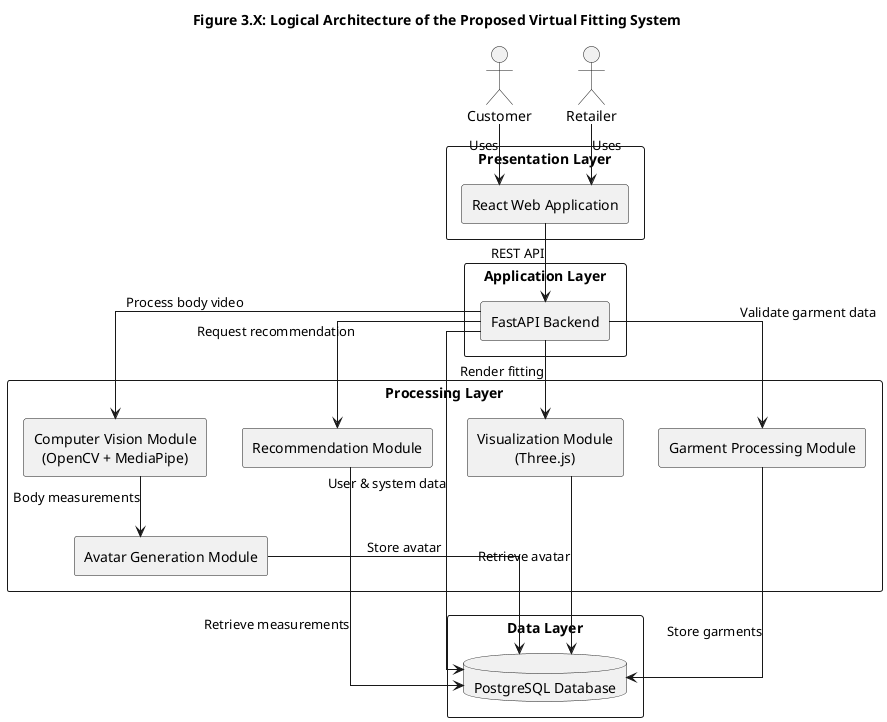
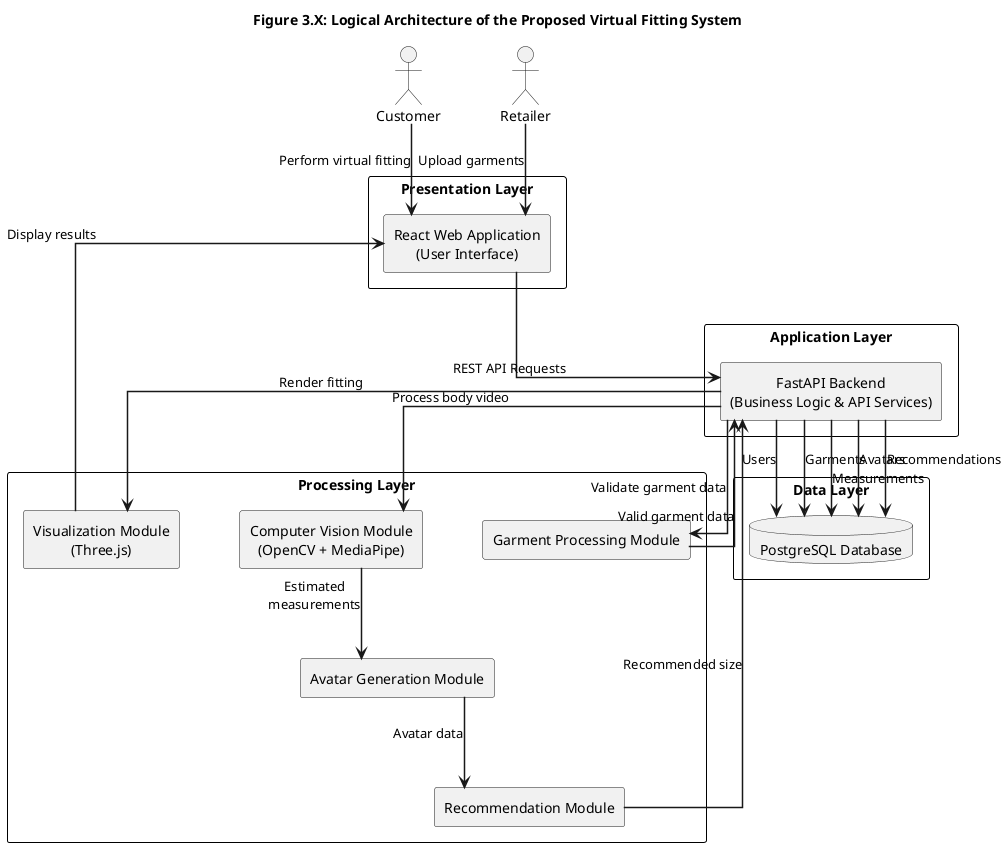
@startuml Logical_Architecture
title Figure 3.X: Logical Architecture of the Proposed Virtual Fitting System

top to bottom direction

skinparam componentStyle rectangle
+ skinparam packageStyle rectangle
skinparam shadowing false
- skinparam packageStyle rectangle
skinparam linetype ortho
skinparam defaultTextAlignment center
+ skinparam ArrowThickness 1.5
+ skinparam packageBorderColor Black
+ skinparam packageBackgroundColor White
+ 
+ ' Improve spacing
+ skinparam nodesep 60
+ skinparam ranksep 90

actor Customer
actor Retailer

package "Presentation Layer" {
-     component "React Web Application" as React
+ 
+     component "React Web Application\n(User Interface)" as React
+ 
}

package "Application Layer" {
-     component "FastAPI Backend" as Backend
+ 
+     component "FastAPI Backend\n(Business Logic & API Services)" as Backend
+ 
}

package "Processing Layer" {

    component "Computer Vision Module\n(OpenCV + MediaPipe)" as CV

    component "Avatar Generation Module" as Avatar

    component "Recommendation Module" as Recommend

    component "Visualization Module\n(Three.js)" as Visualize

    component "Garment Processing Module" as Garment

}

package "Data Layer" {
+ 
    database "PostgreSQL Database" as DB
+ 
}

- Customer --> React : Uses
- Retailer --> React : Uses
+ '======================
+ ' User Interaction
+ '======================

- React --> Backend : REST API
+ Customer --> React : Perform virtual fitting
+ 
+ Retailer --> React : Upload garments
+ 
+ React --> Backend : REST API Requests
+ 
+ '======================
+ ' Customer Pipeline
+ '======================

Backend --> CV : Process body video
- Backend --> Garment : Validate garment data
- Backend --> Recommend : Request recommendation
+ 
+ CV --> Avatar : Estimated\nmeasurements
+ 
+ Avatar --> Recommend : Avatar data
+ 
+ Recommend --> Backend : Recommended size
+ 
Backend --> Visualize : Render fitting

- CV --> Avatar : Body measurements
+ Visualize --> React : Display results

- Avatar --> DB : Store avatar
- Garment --> DB : Store garments
- Recommend --> DB : Retrieve measurements
- Visualize --> DB : Retrieve avatar
- Backend --> DB : User & system data
+ '======================
+ ' Retailer Pipeline
+ '======================
+ 
+ Backend ----> Garment : Validate garment data
+ 
+ Garment ----> Backend : Valid garment data
+ 
+ '======================
+ ' Database
+ '======================
+ 
+ Backend --> DB : Users
+ 
+ Backend --> DB : Garments
+ 
+ Backend --> DB : Measurements
+ 
+ Backend --> DB : Avatars
+ 
+ Backend --> DB : Recommendations

@enduml